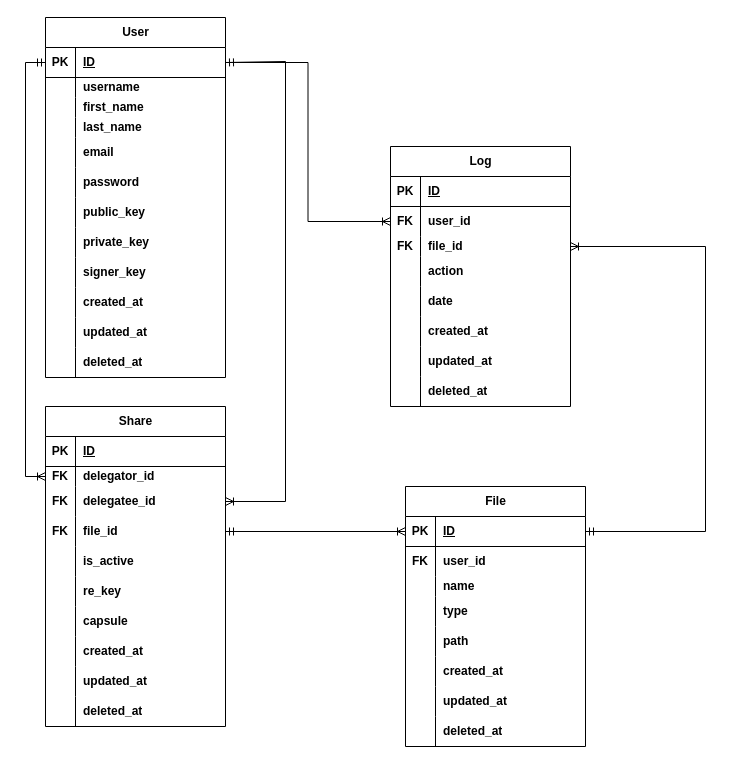
Earlier version of the draw.io diagram doc/database.drawio (myagmartseren/pre). Source tidied: cells renumbered, new cells numbered last; positions are measured from the earlier drawing's top-left corner, leaving out a move shared by most shapes. Both pictures are drawn from the tidied source at 100%, with x=0, y=0 at pixel (45, 17).
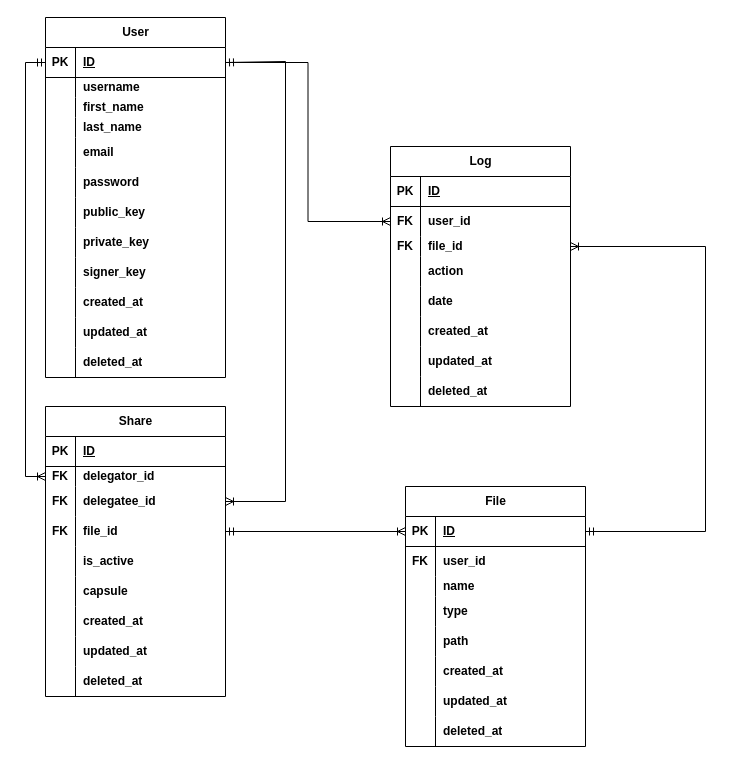
After the change.

Change to the diagram source:
```diff
@@
     <mxCell id="2" value="&lt;b&gt;Share&lt;/b&gt;" style="shape=table;startSize=30;childLayout=tableLayout;rowLines=0;fontStyle=0;align=center;html=1;" parent="1" vertex="1">
-      <mxGeometry y="389" width="180" height="320" as="geometry" />
+      <mxGeometry y="389" width="180" height="290" as="geometry" />
     </mxCell>
@@
-    <mxCell id="18" style="shape=tableRow;horizontal=0;startSize=0;swimlaneHead=0;swimlaneBody=0;fillColor=none;top=0;left=0;right=0;bottom=0;" parent="2" vertex="1">
-      <mxGeometry y="170" width="180" height="30" as="geometry" />
-    </mxCell>
-    <mxCell id="19" style="shape=partialRectangle;fillColor=none;top=0;left=0;bottom=0;right=0;overflow=hidden;whiteSpace=wrap;html=1;" parent="18" vertex="1">
-      <mxGeometry width="30" height="30" as="geometry" />
-    </mxCell>
-    <mxCell id="20" value="&lt;b&gt;re_key&lt;/b&gt;" style="shape=partialRectangle;fillColor=none;top=0;left=0;bottom=0;right=0;align=left;spacingLeft=6;overflow=hidden;whiteSpace=wrap;html=1;" parent="18" vertex="1">
-      <mxGeometry x="30" width="150" height="30" as="geometry" />
-    </mxCell>
     <mxCell id="21" style="shape=tableRow;horizontal=0;startSize=0;swimlaneHead=0;swimlaneBody=0;fillColor=none;top=0;left=0;right=0;bottom=0;" parent="2" vertex="1">
-      <mxGeometry y="200" width="180" height="30" as="geometry" />
+      <mxGeometry y="170" width="180" height="30" as="geometry" />
     </mxCell>
@@
     <mxCell id="24" style="shape=tableRow;horizontal=0;startSize=0;swimlaneHead=0;swimlaneBody=0;fillColor=none;top=0;left=0;right=0;bottom=0;" parent="2" vertex="1">
-      <mxGeometry y="230" width="180" height="30" as="geometry" />
+      <mxGeometry y="200" width="180" height="30" as="geometry" />
     </mxCell>
@@
     <mxCell id="27" style="shape=tableRow;horizontal=0;startSize=0;swimlaneHead=0;swimlaneBody=0;fillColor=none;top=0;left=0;right=0;bottom=0;" parent="2" vertex="1">
-      <mxGeometry y="260" width="180" height="30" as="geometry" />
+      <mxGeometry y="230" width="180" height="30" as="geometry" />
     </mxCell>
@@
     <mxCell id="30" style="shape=tableRow;horizontal=0;startSize=0;swimlaneHead=0;swimlaneBody=0;fillColor=none;top=0;left=0;right=0;bottom=0;" parent="2" vertex="1">
-      <mxGeometry y="290" width="180" height="30" as="geometry" />
+      <mxGeometry y="260" width="180" height="30" as="geometry" />
     </mxCell>
```
